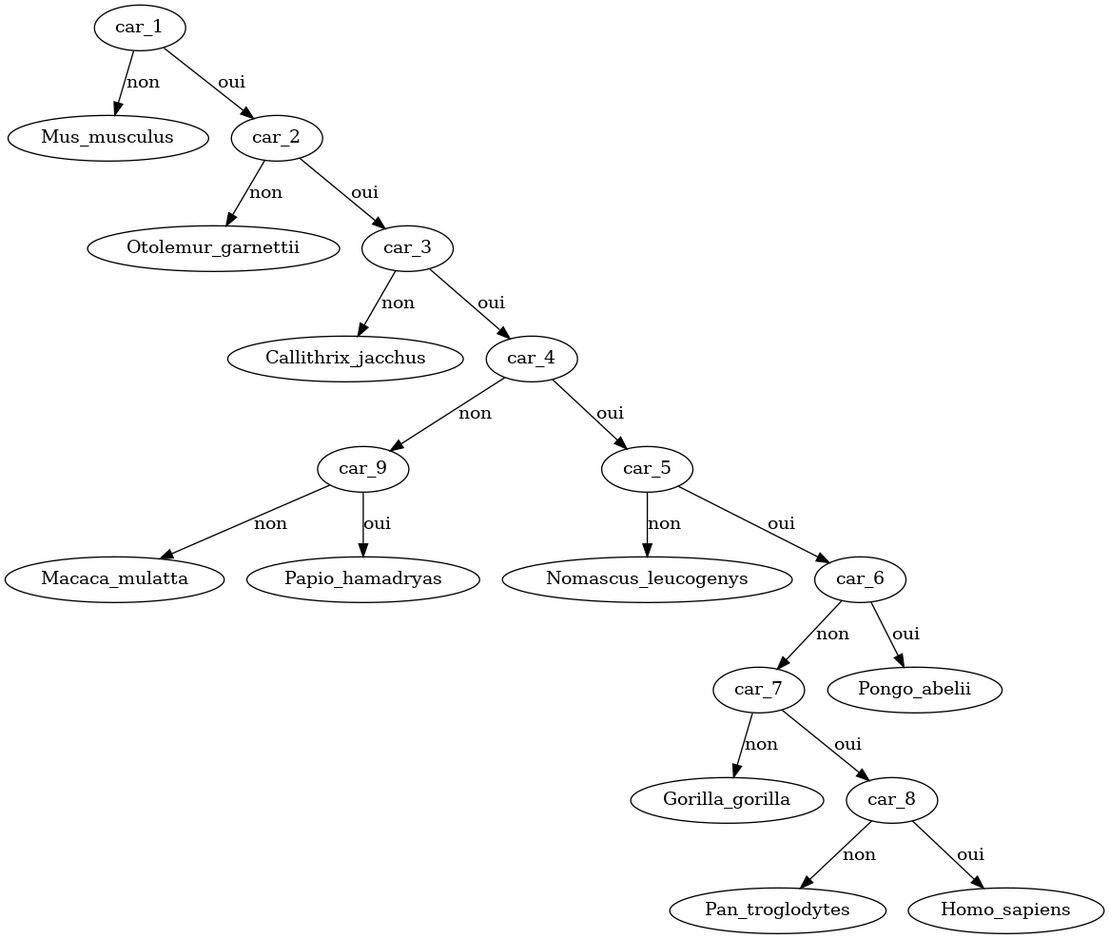
Above: arbre.png in precupgabrielantoniu/INF301_APP3 (Graphviz), before the change. Its source is kept beside it as arbre.dot.
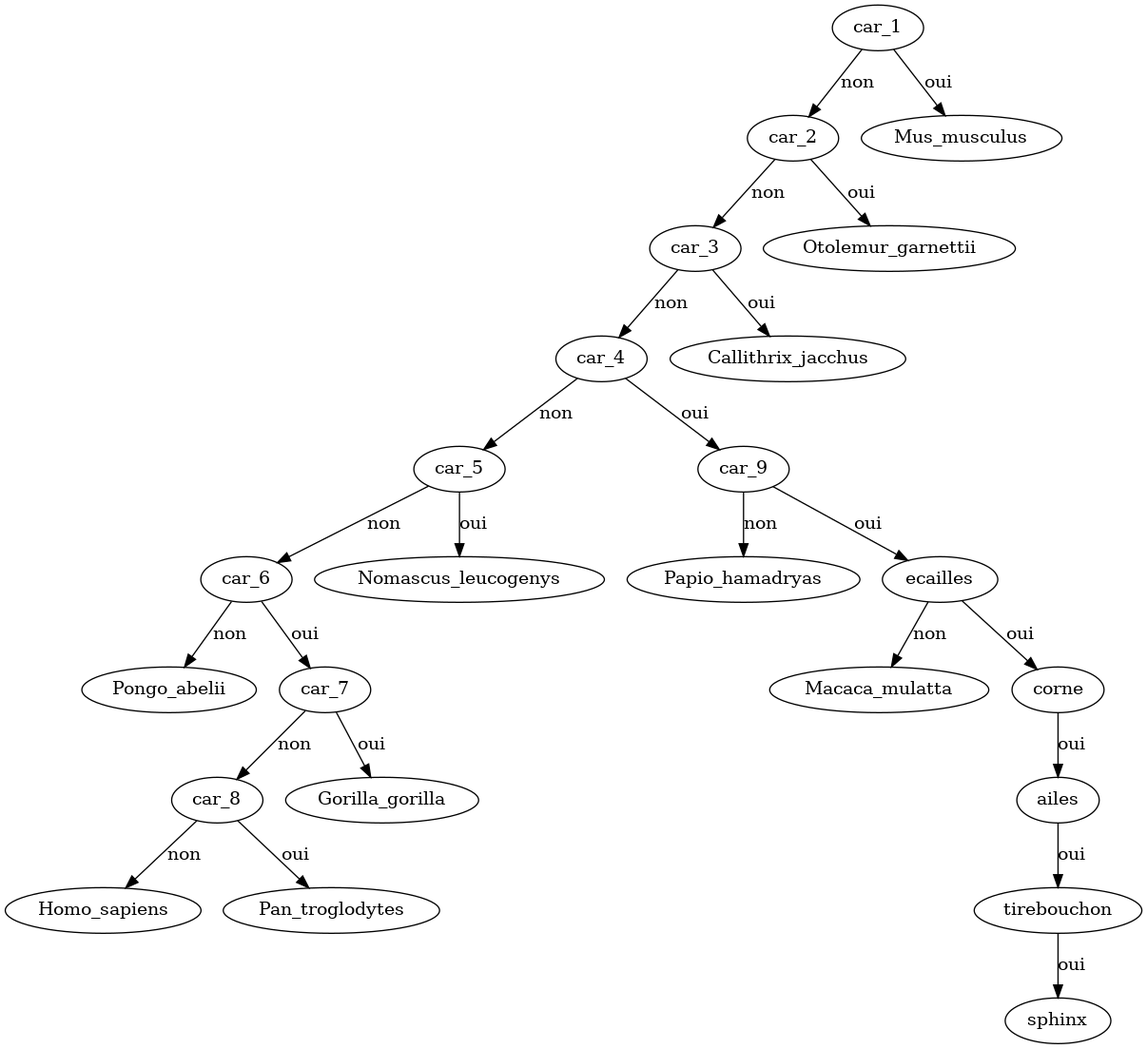
The same diagram one commit later.

Diff of the diagram source:
```diff
@@ -1,20 +1,25 @@
 digraph arbre {
-	car_1 -> Mus_musculus [label = "non"]
-	car_1 -> car_2 [label = "oui"]
-	car_2 -> Otolemur_garnettii [label = "non"]
-	car_2 -> car_3 [label = "oui"]
-	car_3 -> Callithrix_jacchus [label = "non"]
-	car_3 -> car_4 [label = "oui"]
-	car_4 -> car_9 [label = "non"]
-	car_9 -> Macaca_mulatta [label = "non"]
-	car_9 -> Papio_hamadryas [label = "oui"]
-	car_4 -> car_5 [label = "oui"]
-	car_5 -> Nomascus_leucogenys [label = "non"]
-	car_5 -> car_6 [label = "oui"]
-	car_6 -> car_7 [label = "non"]
-	car_7 -> Gorilla_gorilla [label = "non"]
-	car_7 -> car_8 [label = "oui"]
-	car_8 -> Pan_troglodytes [label = "non"]
-	car_8 -> Homo_sapiens [label = "oui"]
-	car_6 -> Pongo_abelii [label = "oui"]
+	car_1 -> car_2 [label = "non"]
+	car_2 -> car_3 [label = "non"]
+	car_3 -> car_4 [label = "non"]
+	car_4 -> car_5 [label = "non"]
+	car_5 -> car_6 [label = "non"]
+	car_6 -> Pongo_abelii [label = "non"]
+	car_6 -> car_7 [label = "oui"]
+	car_7 -> car_8 [label = "non"]
+	car_8 -> Homo_sapiens [label = "non"]
+	car_8 -> Pan_troglodytes [label = "oui"]
+	car_7 -> Gorilla_gorilla [label = "oui"]
+	car_5 -> Nomascus_leucogenys [label = "oui"]
+	car_4 -> car_9 [label = "oui"]
+	car_9 -> Papio_hamadryas [label = "non"]
+	car_9 -> ecailles [label = "oui"]
+	ecailles -> Macaca_mulatta [label = "non"]
+	ecailles -> corne [label = "oui"]
+	corne -> ailes [label = "oui"]
+	ailes -> tirebouchon [label = "oui"]
+	tirebouchon -> sphinx [label = "oui"]
+	car_3 -> Callithrix_jacchus [label = "oui"]
+	car_2 -> Otolemur_garnettii [label = "oui"]
+	car_1 -> Mus_musculus [label = "oui"]
 }
```
